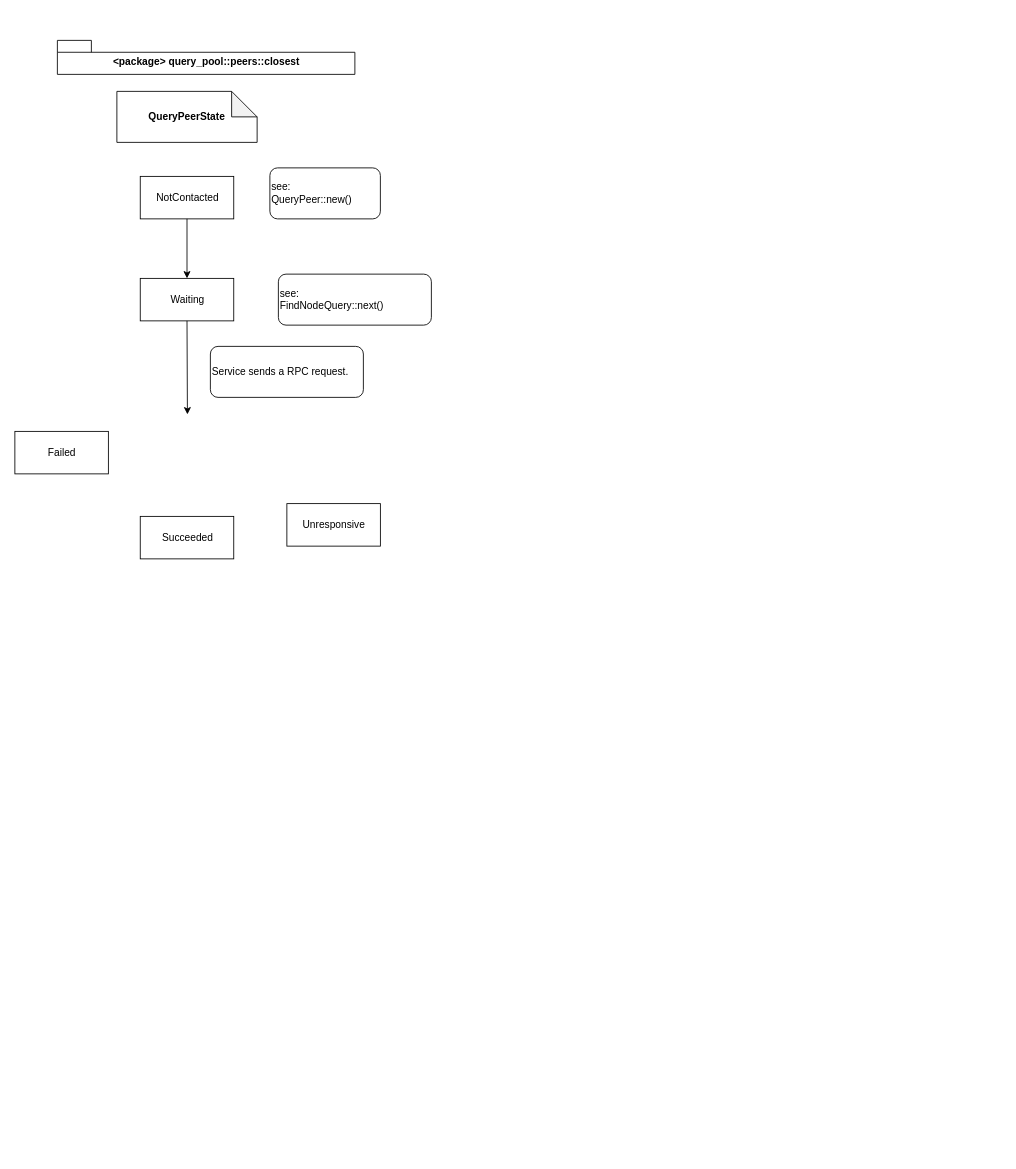
ackintosh/sandbox keeps this draw.io diagram as discv5/state_machines.drawio. Above is the earlier version. Source tidied: cells renumbered, new cells numbered last; positions are measured from the earlier drawing's top-left corner, leaving out a move shared by most shapes. Both pictures are drawn from the tidied source at 85%, with x=0, y=0 at pixel (14, 40).
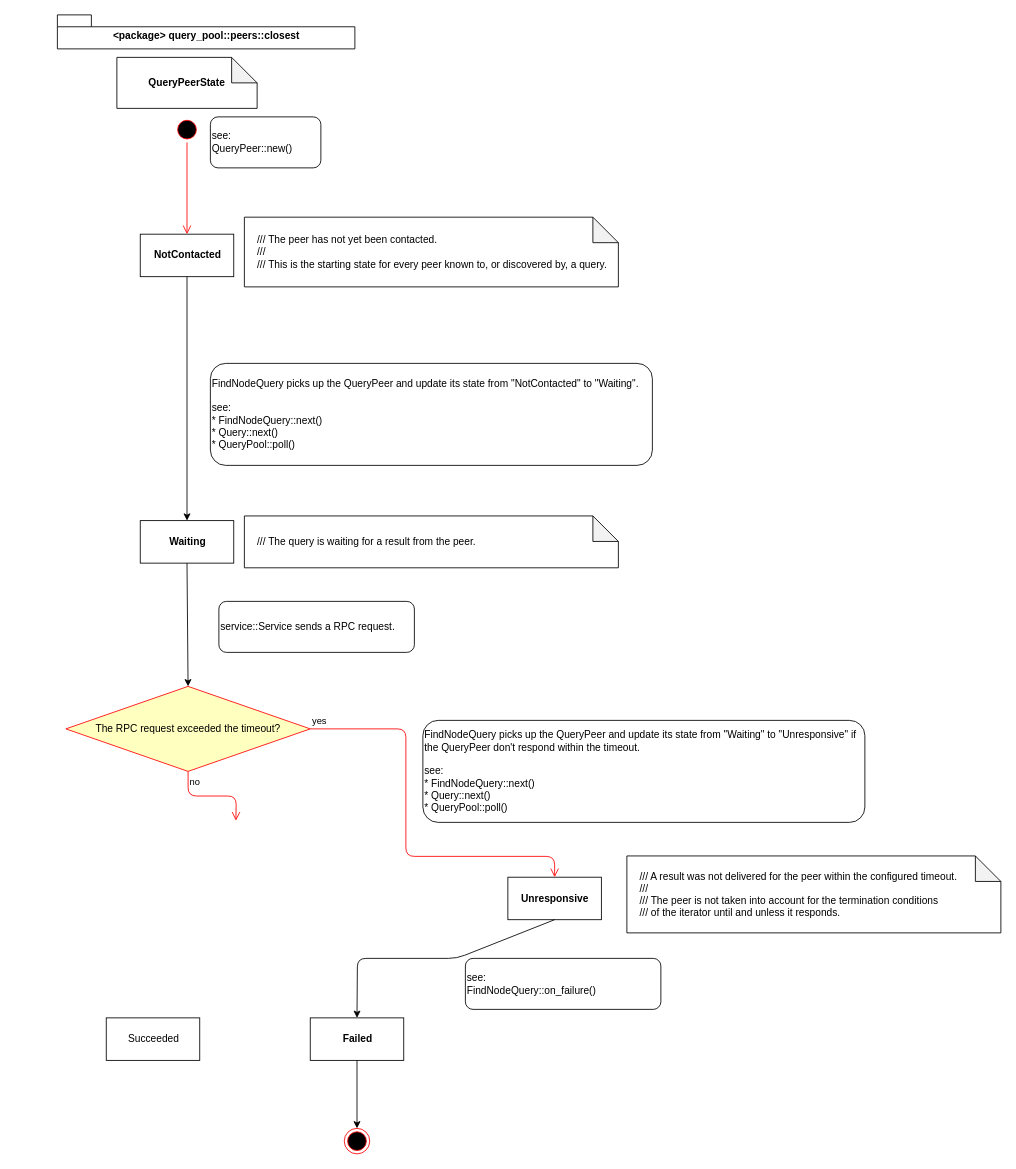
The same page after the edit.

Change to the diagram source:
```diff
@@
-    <mxCell id="2" value="NotContacted" style="html=1;" parent="1" vertex="1">
-      <mxGeometry x="147.5" y="160" width="110" height="50" as="geometry" />
+    <mxCell id="2" value="&lt;b&gt;NotContacted&lt;/b&gt;" style="html=1;" parent="1" vertex="1">
+      <mxGeometry x="147.5" y="228" width="110" height="50" as="geometry" />
     </mxCell>
     <mxCell id="3" value="&amp;lt;package&amp;gt; query_pool::peers::closest" style="shape=folder;fontStyle=1;spacingTop=10;tabWidth=40;tabHeight=14;tabPosition=left;html=1;" parent="1" vertex="1">
-      <mxGeometry x="50" width="350" height="40" as="geometry" />
+      <mxGeometry x="50" y="-30" width="350" height="40" as="geometry" />
     </mxCell>
     <mxCell id="4" value="QueryPeerState" style="shape=note;whiteSpace=wrap;html=1;backgroundOutline=1;darkOpacity=0.05;fontStyle=1;" parent="1" vertex="1">
-      <mxGeometry x="120" y="60" width="165" height="60" as="geometry" />
+      <mxGeometry x="120" y="20" width="165" height="60" as="geometry" />
     </mxCell>
-    <mxCell id="5" value="Waiting" style="html=1;" parent="1" vertex="1">
-      <mxGeometry x="147.5" y="280" width="110" height="50" as="geometry" />
+    <mxCell id="5" value="&lt;b&gt;Waiting&lt;/b&gt;" style="html=1;" parent="1" vertex="1">
+      <mxGeometry x="147.5" y="565" width="110" height="50" as="geometry" />
     </mxCell>
-    <mxCell id="6" value="Unresponsive" style="html=1;" parent="1" vertex="1">
-      <mxGeometry x="320" y="545" width="110" height="50" as="geometry" />
+    <mxCell id="6" value="&lt;b&gt;Unresponsive&lt;/b&gt;" style="html=1;" parent="1" vertex="1">
+      <mxGeometry x="580" y="984.5" width="110" height="50" as="geometry" />
     </mxCell>
-    <mxCell id="7" value="Failed" style="html=1;" parent="1" vertex="1">
-      <mxGeometry y="460" width="110" height="50" as="geometry" />
+    <mxCell id="7" value="&lt;b&gt;Failed&lt;/b&gt;" style="html=1;" parent="1" vertex="1">
+      <mxGeometry x="347.5" y="1150" width="110" height="50" as="geometry" />
     </mxCell>
     <mxCell id="8" value="Succeeded" style="html=1;" parent="1" vertex="1">
-      <mxGeometry x="147.5" y="560" width="110" height="50" as="geometry" />
+      <mxGeometry x="107.5" y="1150" width="110" height="50" as="geometry" />
     </mxCell>
     <mxCell id="9" value="see:&lt;br&gt;QueryPeer::new()" style="rounded=1;whiteSpace=wrap;html=1;align=left;" parent="1" vertex="1">
-      <mxGeometry x="300" y="150" width="130" height="60" as="geometry" />
+      <mxGeometry x="230" y="90" width="130" height="60" as="geometry" />
     </mxCell>
-    <mxCell id="10" value="see:&lt;br&gt;FindNodeQuery::next()" style="rounded=1;whiteSpace=wrap;html=1;align=left;" parent="1" vertex="1">
-      <mxGeometry x="310" y="275" width="180" height="60" as="geometry" />
+    <mxCell id="10" value="FindNodeQuery picks up the QueryPeer and update its state from &quot;NotContacted&quot; to &quot;Waiting&quot;.&lt;br&gt;&lt;br&gt;see:&lt;br&gt;* FindNodeQuery::next()&lt;br&gt;* Query::next()&lt;br&gt;* QueryPool::poll()" style="rounded=1;whiteSpace=wrap;html=1;align=left;" parent="1" vertex="1">
+      <mxGeometry x="230" y="380" width="520" height="120" as="geometry" />
     </mxCell>
@@
-    <mxCell id="12" style="endArrow=classic;html=1;exitX=0.5;exitY=1;exitDx=0;exitDy=0;" parent="1" edge="1" source="5">
-      <mxGeometry relative="1" as="geometry">
-        <mxPoint x="203" y="440" as="targetPoint" />
-      </mxGeometry>
+    <mxCell id="12" style="endArrow=classic;html=1;exitX=0.5;exitY=1;exitDx=0;exitDy=0;entryX=0.5;entryY=0;entryDx=0;entryDy=0;" parent="1" edge="1" source="5" target="19">
+      <mxGeometry relative="1" as="geometry" />
     </mxCell>
-    <mxCell id="13" value="Service sends a RPC request." style="rounded=1;whiteSpace=wrap;html=1;align=left;" parent="1" vertex="1">
-      <mxGeometry x="230" y="360" width="180" height="60" as="geometry" />
+    <mxCell id="13" value="service::Service sends a RPC request." style="rounded=1;whiteSpace=wrap;html=1;align=left;" parent="1" vertex="1">
+      <mxGeometry x="240" y="660" width="230" height="60" as="geometry" />
     </mxCell>
+    <mxCell id="14" style="ellipse;html=1;shape=startState;fillColor=#000000;strokeColor=#ff0000;align=left;" parent="1" vertex="1">
+      <mxGeometry x="187.5" y="90" width="30" height="30" as="geometry" />
+    </mxCell>
+    <mxCell id="15" style="edgeStyle=orthogonalEdgeStyle;html=1;verticalAlign=bottom;endArrow=open;endSize=8;strokeColor=#ff0000;entryX=0.5;entryY=0;entryDx=0;entryDy=0;exitX=0.5;exitY=1;exitDx=0;exitDy=0;" parent="1" edge="1" source="14" target="2">
+      <mxGeometry relative="1" as="geometry" />
+    </mxCell>
+    <mxCell id="16" style="ellipse;html=1;shape=endState;fillColor=#000000;strokeColor=#ff0000;align=left;" parent="1" vertex="1">
+      <mxGeometry x="387.5" y="1280" width="30" height="30" as="geometry" />
+    </mxCell>
+    <mxCell id="17" value="&lt;div&gt;&amp;nbsp; &amp;nbsp; /// The peer has not yet been contacted.&lt;/div&gt;&lt;div&gt;&amp;nbsp; &amp;nbsp; ///&lt;/div&gt;&lt;div&gt;&amp;nbsp; &amp;nbsp; /// This is the starting state for every peer known to, or discovered by, a query.&lt;/div&gt;" style="shape=note;whiteSpace=wrap;html=1;backgroundOutline=1;darkOpacity=0.05;align=left;" parent="1" vertex="1">
+      <mxGeometry x="270" y="208" width="440" height="82" as="geometry" />
+    </mxCell>
+    <mxCell id="18" value="&lt;div&gt;&amp;nbsp; &amp;nbsp; /// The query is waiting for a result from the peer.&lt;/div&gt;" style="shape=note;whiteSpace=wrap;html=1;backgroundOutline=1;darkOpacity=0.05;align=left;" parent="1" vertex="1">
+      <mxGeometry x="270" y="559.5" width="440" height="61" as="geometry" />
+    </mxCell>
+    <mxCell id="19" value="&lt;font color=&quot;#000000&quot;&gt;The RPC request exceeded the timeout?&lt;/font&gt;" style="rhombus;whiteSpace=wrap;html=1;fillColor=#ffffc0;strokeColor=#ff0000;align=center;" parent="1" vertex="1">
+      <mxGeometry x="60" y="760" width="287.5" height="100" as="geometry" />
+    </mxCell>
+    <mxCell id="20" value="yes" style="edgeStyle=orthogonalEdgeStyle;html=1;align=left;verticalAlign=bottom;endArrow=open;endSize=8;strokeColor=#ff0000;entryX=0.5;entryY=0;entryDx=0;entryDy=0;" parent="1" edge="1" source="19" target="6">
+      <mxGeometry x="-1" relative="1" as="geometry">
+        <Array as="points">
+          <mxPoint x="460" y="810" />
+          <mxPoint x="460" y="960" />
+          <mxPoint x="635" y="960" />
+        </Array>
+      </mxGeometry>
+    </mxCell>
+    <mxCell id="21" value="no" style="edgeStyle=orthogonalEdgeStyle;html=1;align=left;verticalAlign=top;endArrow=open;endSize=8;strokeColor=#ff0000;" parent="1" edge="1" source="19">
+      <mxGeometry x="-1" relative="1" as="geometry">
+        <mxPoint x="260" y="918" as="targetPoint" />
+      </mxGeometry>
+    </mxCell>
+    <mxCell id="22" value="&lt;div&gt;&amp;nbsp; &amp;nbsp; /// A result was not delivered for the peer within the configured timeout.&lt;/div&gt;&lt;div&gt;&amp;nbsp; &amp;nbsp; ///&lt;/div&gt;&lt;div&gt;&amp;nbsp; &amp;nbsp; /// The peer is not taken into account for the termination conditions&lt;/div&gt;&lt;div&gt;&amp;nbsp; &amp;nbsp; /// of the iterator until and unless it responds.&lt;/div&gt;" style="shape=note;whiteSpace=wrap;html=1;backgroundOutline=1;darkOpacity=0.05;align=left;" parent="1" vertex="1">
+      <mxGeometry x="720" y="959.5" width="440" height="90.5" as="geometry" />
+    </mxCell>
+    <mxCell id="23" value="FindNodeQuery picks up the QueryPeer and update its state from &quot;Waiting&quot; to &quot;Unresponsive&quot; if the QueryPeer don't respond within the timeout.&lt;br&gt;&lt;br&gt;see:&lt;br&gt;* FindNodeQuery::next()&lt;br&gt;* Query::next()&lt;br&gt;* QueryPool::poll()" style="rounded=1;whiteSpace=wrap;html=1;align=left;" parent="1" vertex="1">
+      <mxGeometry x="480" y="800" width="520" height="120" as="geometry" />
+    </mxCell>
+    <mxCell id="24" style="endArrow=classic;html=1;exitX=0.5;exitY=1;exitDx=0;exitDy=0;entryX=0.5;entryY=0;entryDx=0;entryDy=0;" parent="1" edge="1" source="6" target="7">
+      <mxGeometry relative="1" as="geometry">
+        <Array as="points">
+          <mxPoint x="520" y="1080" />
+          <mxPoint x="403" y="1080" />
+        </Array>
+      </mxGeometry>
+    </mxCell>
+    <mxCell id="25" style="endArrow=classic;html=1;exitX=0.5;exitY=1;exitDx=0;exitDy=0;entryX=0.5;entryY=0;entryDx=0;entryDy=0;" parent="1" edge="1" source="7" target="16">
+      <mxGeometry relative="1" as="geometry" />
+    </mxCell>
+    <mxCell id="26" value="see:&lt;br&gt;FindNodeQuery::on_failure()" style="rounded=1;whiteSpace=wrap;html=1;align=left;" parent="1" vertex="1">
+      <mxGeometry x="530" y="1080" width="230" height="60" as="geometry" />
+    </mxCell>
```
